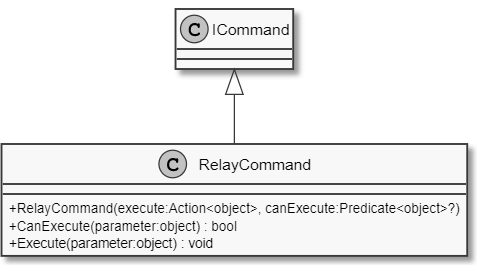
insightmind/MORR keeps this PlantUML diagram as documents/sd/resources/Classes/Core/UI/RelayCommand.png. Above is the earlier version. Its source is kept beside it as documents/sd/plantuml/application/Core/UI/Utility/RelayCommand.puml. Its diagram source:
```plantuml
@startuml
!startsub default
class RelayCommand {
    + <<create>> RelayCommand(execute : Action<object>, canExecute : Predicate<object>?)
    + CanExecuteChanged : event EventHandler
    + CanExecute(parameter : object) : bool
    + Execute(parameter : object)
}
!endsub
RelayCommand .UP.|> ICommand
@enduml
```
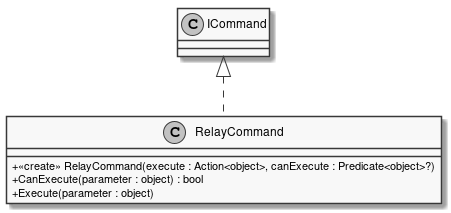
The same file after the commit.

Diff of the diagram source:
```diff
@@ -1,8 +1,9 @@
 @startuml
+skinparam monochrome true
+skinparam classAttributeIconSize 0
 !startsub default
 class RelayCommand {
     + <<create>> RelayCommand(execute : Action<object>, canExecute : Predicate<object>?)
-    + CanExecuteChanged : event EventHandler
     + CanExecute(parameter : object) : bool
     + Execute(parameter : object)
 }
```
